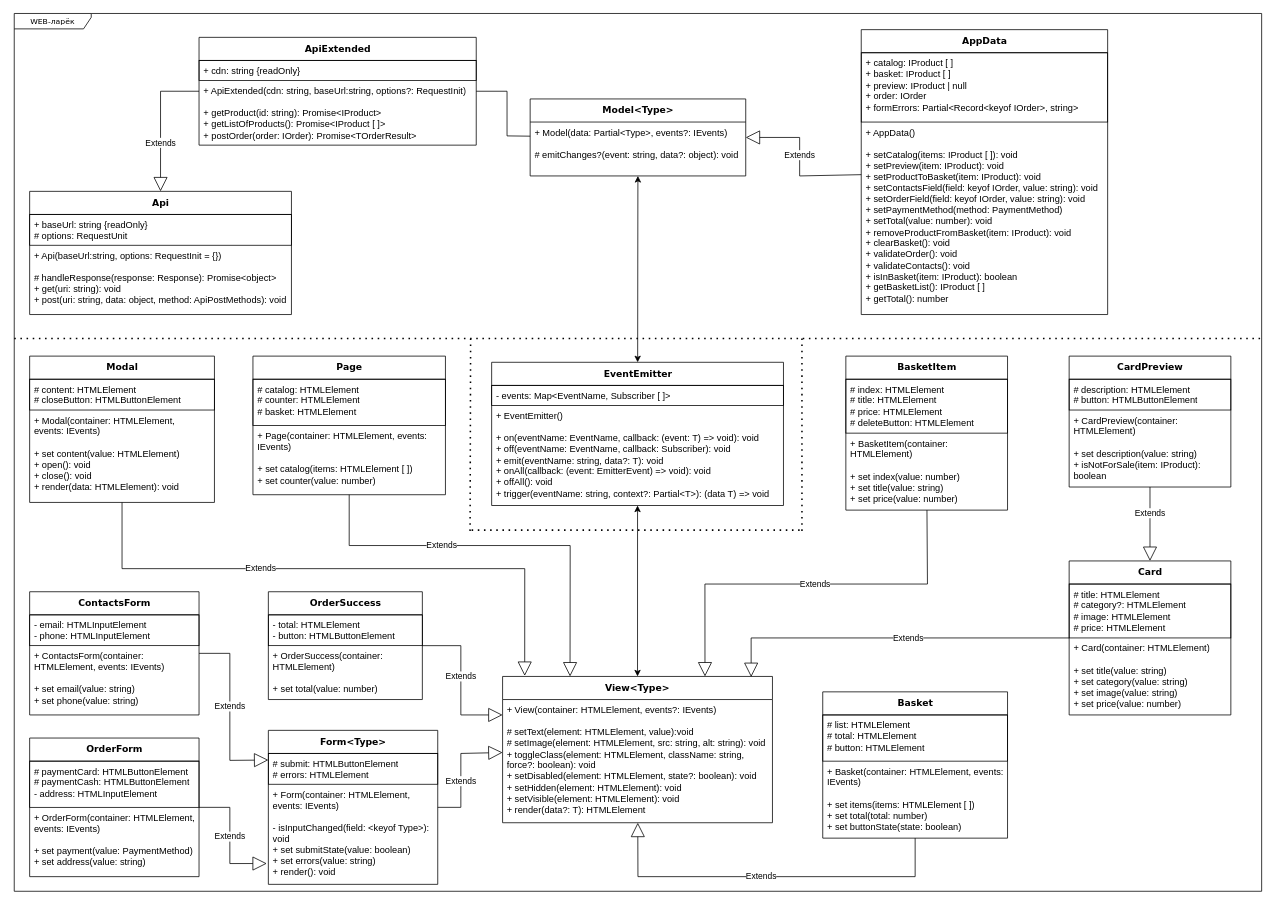
Above: project-uml.drawio in Roman-Gaponov/web-larek-frontend (draw.io), before the change. Source tidied: cells renumbered, new cells numbered last; positions are measured from the earlier drawing's top-left corner, leaving out a move shared by most shapes. Both pictures are drawn from the tidied source at 77%, with x=0, y=0 at pixel (14, 13).
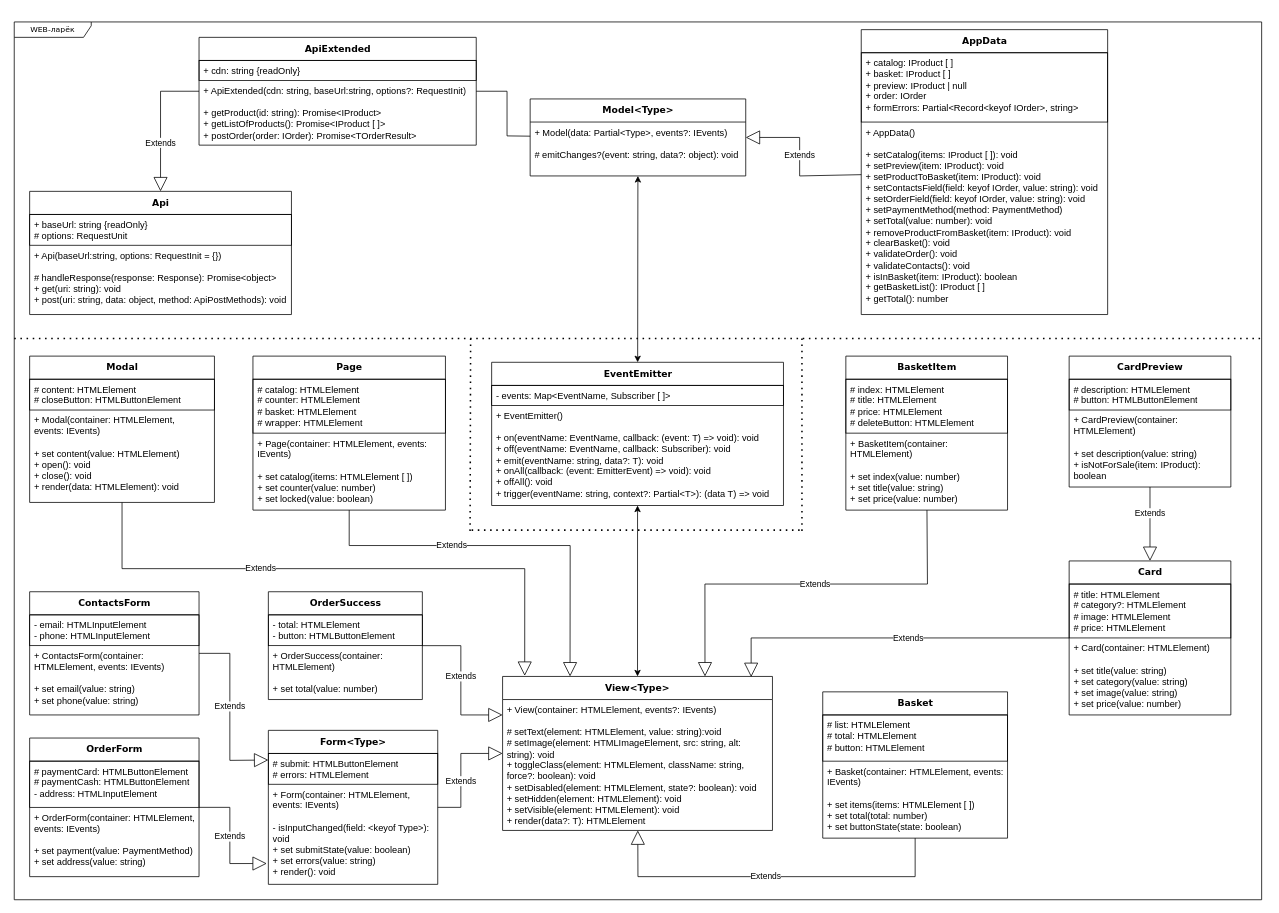
After the change.

The edit, as a diff of the source:
```diff
@@
     <mxCell id="2" value="WEB-ларёк" style="shape=umlFrame;whiteSpace=wrap;html=1;rounded=0;shadow=0;comic=0;labelBackgroundColor=none;strokeWidth=1;fontFamily=Verdana;fontSize=10;align=center;width=100;height=20;" parent="1" vertex="1">
-      <mxGeometry width="1620" height="1140" as="geometry" />
+      <mxGeometry y="11" width="1620" height="1140" as="geometry" />
     </mxCell>
@@
     <mxCell id="8" value="&lt;b&gt;&lt;font style=&quot;font-size: 12px;&quot;&gt;View&amp;lt;Type&amp;gt;&lt;/font&gt;&lt;/b&gt;" style="swimlane;html=1;fontStyle=0;horizontal=1;startSize=30;fillColor=none;swimlaneFillColor=#ffffff;rounded=0;shadow=0;comic=0;labelBackgroundColor=none;strokeWidth=1;fontFamily=Verdana;fontSize=10;align=center;" parent="1" vertex="1">
-      <mxGeometry x="634.2" y="861" width="350.5" height="190" as="geometry" />
+      <mxGeometry x="634.2" y="861" width="350.5" height="200" as="geometry" />
     </mxCell>
-    <mxCell id="9" value="&lt;div&gt;+ View(container: HTMLElement, events?: IEvents&lt;span style=&quot;background-color: transparent; color: light-dark(rgb(0, 0, 0), rgb(255, 255, 255));&quot;&gt;)&lt;/span&gt;&lt;/div&gt;&lt;div&gt;&lt;br&gt;&lt;/div&gt;&lt;div&gt;# setText(element:&amp;nbsp;&lt;span style=&quot;background-color: transparent; color: light-dark(rgb(0, 0, 0), rgb(255, 255, 255));&quot;&gt;HTMLElement&lt;/span&gt;&lt;span style=&quot;background-color: transparent; color: light-dark(rgb(0, 0, 0), rgb(255, 255, 255));&quot;&gt;, value):void&lt;/span&gt;&lt;/div&gt;&lt;div&gt;# setImage(element:&amp;nbsp;&lt;span style=&quot;color: light-dark(rgb(0, 0, 0), rgb(255, 255, 255)); background-color: transparent;&quot;&gt;HTMLElement&lt;/span&gt;&lt;span style=&quot;color: light-dark(rgb(0, 0, 0), rgb(255, 255, 255)); background-color: transparent;&quot;&gt;, src: string, alt: string): void&lt;/span&gt;&lt;span style=&quot;background-color: transparent; color: light-dark(rgb(0, 0, 0), rgb(255, 255, 255));&quot;&gt;&lt;/span&gt;&lt;/div&gt;&lt;div&gt;+ toggleClass(element: HTMLElement, className: string, force?: boolean): void&lt;span style=&quot;background-color: transparent; color: light-dark(rgb(0, 0, 0), rgb(255, 255, 255));&quot;&gt;&lt;/span&gt;&lt;/div&gt;&lt;div&gt;+ setDisabled(element:&amp;nbsp;&lt;span style=&quot;color: light-dark(rgb(0, 0, 0), rgb(255, 255, 255)); background-color: transparent;&quot;&gt;HTMLElement&lt;/span&gt;&lt;span style=&quot;color: light-dark(rgb(0, 0, 0), rgb(255, 255, 255)); background-color: transparent;&quot;&gt;, state?: boolean): void&lt;/span&gt;&lt;span style=&quot;background-color: transparent; color: light-dark(rgb(0, 0, 0), rgb(255, 255, 255));&quot;&gt;&lt;/span&gt;&lt;/div&gt;&lt;div&gt;&lt;span style=&quot;color: light-dark(rgb(0, 0, 0), rgb(255, 255, 255)); background-color: transparent;&quot;&gt;+ setHidden(&lt;/span&gt;&lt;span style=&quot;background-color: transparent; color: light-dark(rgb(0, 0, 0), rgb(255, 255, 255));&quot;&gt;element:&amp;nbsp;&lt;/span&gt;&lt;span style=&quot;background-color: transparent; color: light-dark(rgb(0, 0, 0), rgb(255, 255, 255));&quot;&gt;HTMLElement): void&lt;/span&gt;&lt;/div&gt;&lt;div&gt;&lt;span style=&quot;background-color: transparent; color: light-dark(rgb(0, 0, 0), rgb(255, 255, 255));&quot;&gt;+ setVisible(&lt;/span&gt;&lt;span style=&quot;background-color: transparent; color: light-dark(rgb(0, 0, 0), rgb(255, 255, 255));&quot;&gt;element:&amp;nbsp;&lt;/span&gt;&lt;span style=&quot;background-color: transparent; color: light-dark(rgb(0, 0, 0), rgb(255, 255, 255));&quot;&gt;HTMLElement): void&lt;/span&gt;&lt;/div&gt;&lt;div&gt;+ render(data?: T): HTMLElement&lt;/div&gt;" style="text;html=1;strokeColor=none;fillColor=none;align=left;verticalAlign=top;spacingLeft=4;spacingRight=4;whiteSpace=wrap;overflow=hidden;" parent="8" vertex="1">
-      <mxGeometry y="30" width="350.5" height="160" as="geometry" />
+    <mxCell id="9" value="&lt;div&gt;+ View(container: HTMLElement, events?: IEvents&lt;span style=&quot;background-color: transparent; color: light-dark(rgb(0, 0, 0), rgb(255, 255, 255));&quot;&gt;)&lt;/span&gt;&lt;/div&gt;&lt;div&gt;&lt;br&gt;&lt;/div&gt;&lt;div&gt;# setText(element:&amp;nbsp;&lt;span style=&quot;background-color: transparent; color: light-dark(rgb(0, 0, 0), rgb(255, 255, 255));&quot;&gt;HTMLElement&lt;/span&gt;&lt;span style=&quot;background-color: transparent; color: light-dark(rgb(0, 0, 0), rgb(255, 255, 255));&quot;&gt;, value: string):void&lt;/span&gt;&lt;/div&gt;&lt;div&gt;# setImage(element:&amp;nbsp;&lt;span style=&quot;color: light-dark(rgb(0, 0, 0), rgb(255, 255, 255)); background-color: transparent;&quot;&gt;HTMLImageElement&lt;/span&gt;&lt;span style=&quot;color: light-dark(rgb(0, 0, 0), rgb(255, 255, 255)); background-color: transparent;&quot;&gt;, src: string, alt: string): void&lt;/span&gt;&lt;span style=&quot;background-color: transparent; color: light-dark(rgb(0, 0, 0), rgb(255, 255, 255));&quot;&gt;&lt;/span&gt;&lt;/div&gt;&lt;div&gt;+ toggleClass(element: HTMLElement, className: string, force?: boolean): void&lt;span style=&quot;background-color: transparent; color: light-dark(rgb(0, 0, 0), rgb(255, 255, 255));&quot;&gt;&lt;/span&gt;&lt;/div&gt;&lt;div&gt;+ setDisabled(element:&amp;nbsp;&lt;span style=&quot;color: light-dark(rgb(0, 0, 0), rgb(255, 255, 255)); background-color: transparent;&quot;&gt;HTMLElement&lt;/span&gt;&lt;span style=&quot;color: light-dark(rgb(0, 0, 0), rgb(255, 255, 255)); background-color: transparent;&quot;&gt;, state?: boolean): void&lt;/span&gt;&lt;span style=&quot;background-color: transparent; color: light-dark(rgb(0, 0, 0), rgb(255, 255, 255));&quot;&gt;&lt;/span&gt;&lt;/div&gt;&lt;div&gt;&lt;span style=&quot;color: light-dark(rgb(0, 0, 0), rgb(255, 255, 255)); background-color: transparent;&quot;&gt;+ setHidden(&lt;/span&gt;&lt;span style=&quot;background-color: transparent; color: light-dark(rgb(0, 0, 0), rgb(255, 255, 255));&quot;&gt;element:&amp;nbsp;&lt;/span&gt;&lt;span style=&quot;background-color: transparent; color: light-dark(rgb(0, 0, 0), rgb(255, 255, 255));&quot;&gt;HTMLElement): void&lt;/span&gt;&lt;/div&gt;&lt;div&gt;&lt;span style=&quot;background-color: transparent; color: light-dark(rgb(0, 0, 0), rgb(255, 255, 255));&quot;&gt;+ setVisible(&lt;/span&gt;&lt;span style=&quot;background-color: transparent; color: light-dark(rgb(0, 0, 0), rgb(255, 255, 255));&quot;&gt;element:&amp;nbsp;&lt;/span&gt;&lt;span style=&quot;background-color: transparent; color: light-dark(rgb(0, 0, 0), rgb(255, 255, 255));&quot;&gt;HTMLElement): void&lt;/span&gt;&lt;/div&gt;&lt;div&gt;+ render(data?: T): HTMLElement&lt;/div&gt;" style="text;html=1;strokeColor=none;fillColor=none;align=left;verticalAlign=top;spacingLeft=4;spacingRight=4;whiteSpace=wrap;overflow=hidden;" parent="8" vertex="1">
+      <mxGeometry y="30" width="350.5" height="170" as="geometry" />
     </mxCell>
@@
     <mxCell id="22" value="&lt;b&gt;&lt;font style=&quot;font-size: 12px;&quot;&gt;Page&lt;/font&gt;&lt;/b&gt;" style="swimlane;html=1;fontStyle=0;horizontal=1;startSize=30;fillColor=none;swimlaneFillColor=#ffffff;rounded=0;shadow=0;comic=0;labelBackgroundColor=none;strokeWidth=1;fontFamily=Verdana;fontSize=10;align=center;" parent="1" vertex="1">
-      <mxGeometry x="310" y="445" width="250" height="180" as="geometry" />
+      <mxGeometry x="310" y="445" width="250" height="200" as="geometry" />
     </mxCell>
-    <mxCell id="23" value="&lt;div&gt;&lt;span style=&quot;background-color: transparent; color: light-dark(rgb(0, 0, 0), rgb(255, 255, 255));&quot;&gt;# catalog: HTMLElement&lt;/span&gt;&lt;/div&gt;&lt;div&gt;# counter: HTMLElement&lt;/div&gt;&lt;div&gt;# basket: HTMLElement&lt;/div&gt;&lt;div&gt;&lt;br&gt;&lt;/div&gt;" style="text;html=1;strokeColor=default;fillColor=none;align=left;verticalAlign=top;spacingLeft=4;spacingRight=4;whiteSpace=wrap;overflow=hidden;" parent="22" vertex="1">
-      <mxGeometry y="30" width="250" height="60" as="geometry" />
+    <mxCell id="23" value="&lt;div&gt;&lt;span style=&quot;background-color: transparent; color: light-dark(rgb(0, 0, 0), rgb(255, 255, 255));&quot;&gt;# catalog: HTMLElement&lt;/span&gt;&lt;/div&gt;&lt;div&gt;# counter: HTMLElement&lt;/div&gt;&lt;div&gt;# basket: HTMLElement&lt;/div&gt;&lt;div&gt;# wrapper: HTMLElement&lt;/div&gt;" style="text;html=1;strokeColor=default;fillColor=none;align=left;verticalAlign=top;spacingLeft=4;spacingRight=4;whiteSpace=wrap;overflow=hidden;" parent="22" vertex="1">
+      <mxGeometry y="30" width="250" height="70" as="geometry" />
     </mxCell>
-    <mxCell id="24" value="&lt;div&gt;+ Page(&lt;span style=&quot;background-color: transparent; color: light-dark(rgb(0, 0, 0), rgb(255, 255, 255));&quot;&gt;container: HTMLElement, events: IEvents&lt;/span&gt;&lt;span style=&quot;background-color: transparent; color: light-dark(rgb(0, 0, 0), rgb(255, 255, 255));&quot;&gt;)&lt;/span&gt;&lt;/div&gt;&lt;div&gt;&lt;br&gt;&lt;/div&gt;&lt;div&gt;+ set catalog(items: HTMLElement [ ])&lt;/div&gt;&lt;div&gt;+ set counter(value: number)&lt;/div&gt;" style="text;html=1;strokeColor=none;fillColor=none;align=left;verticalAlign=top;spacingLeft=4;spacingRight=4;whiteSpace=wrap;overflow=hidden;" parent="22" vertex="1">
-      <mxGeometry y="90" width="250" height="90" as="geometry" />
+    <mxCell id="24" value="&lt;div&gt;+ Page(&lt;span style=&quot;background-color: transparent; color: light-dark(rgb(0, 0, 0), rgb(255, 255, 255));&quot;&gt;container: HTMLElement, events: IEvents&lt;/span&gt;&lt;span style=&quot;background-color: transparent; color: light-dark(rgb(0, 0, 0), rgb(255, 255, 255));&quot;&gt;)&lt;/span&gt;&lt;/div&gt;&lt;div&gt;&lt;br&gt;&lt;/div&gt;&lt;div&gt;+ set catalog(items: HTMLElement [ ])&lt;/div&gt;&lt;div&gt;+ set counter(value: number)&lt;/div&gt;&lt;div&gt;+ set locked(value: boolean)&lt;/div&gt;" style="text;html=1;strokeColor=none;fillColor=none;align=left;verticalAlign=top;spacingLeft=4;spacingRight=4;whiteSpace=wrap;overflow=hidden;" parent="22" vertex="1">
+      <mxGeometry y="100" width="250" height="100" as="geometry" />
     </mxCell>
```
